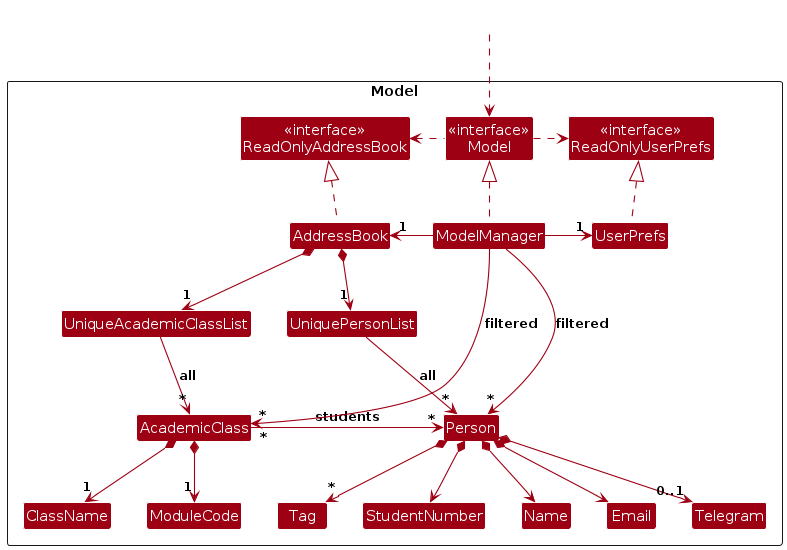
Above: diagrams/ModelClassDiagram.png in AY2627S1-CS2103-F10-2/tp (PlantUML), before the change. Its source is kept beside it as diagrams/ModelClassDiagram.puml.
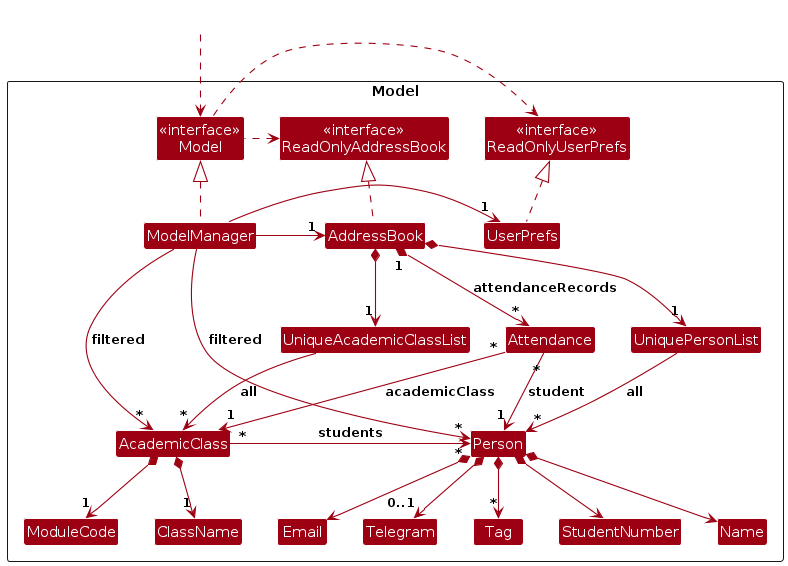
The same diagram one commit later.

The edit, as a diff of the source:
```diff
@@ -24,6 +24,7 @@
 Class AcademicClass
 Class ModuleCode
 Class ClassName
+Class Attendance
 }
 
 Class HiddenOutside #FFFFFF
@@ -52,6 +53,10 @@
 AcademicClass *--> "1" ClassName
 AcademicClass "*" -right-> "*" Person : students
 
+AddressBook "1" *--> "*" Attendance : attendanceRecords
+Attendance "*" --> "1" Person : student
+Attendance "*" --> "1" AcademicClass : academicClass
+
 UniqueAcademicClassList -[hidden]right-> UniquePersonList
 
 StudentNumber -[hidden]right-> Name
```
